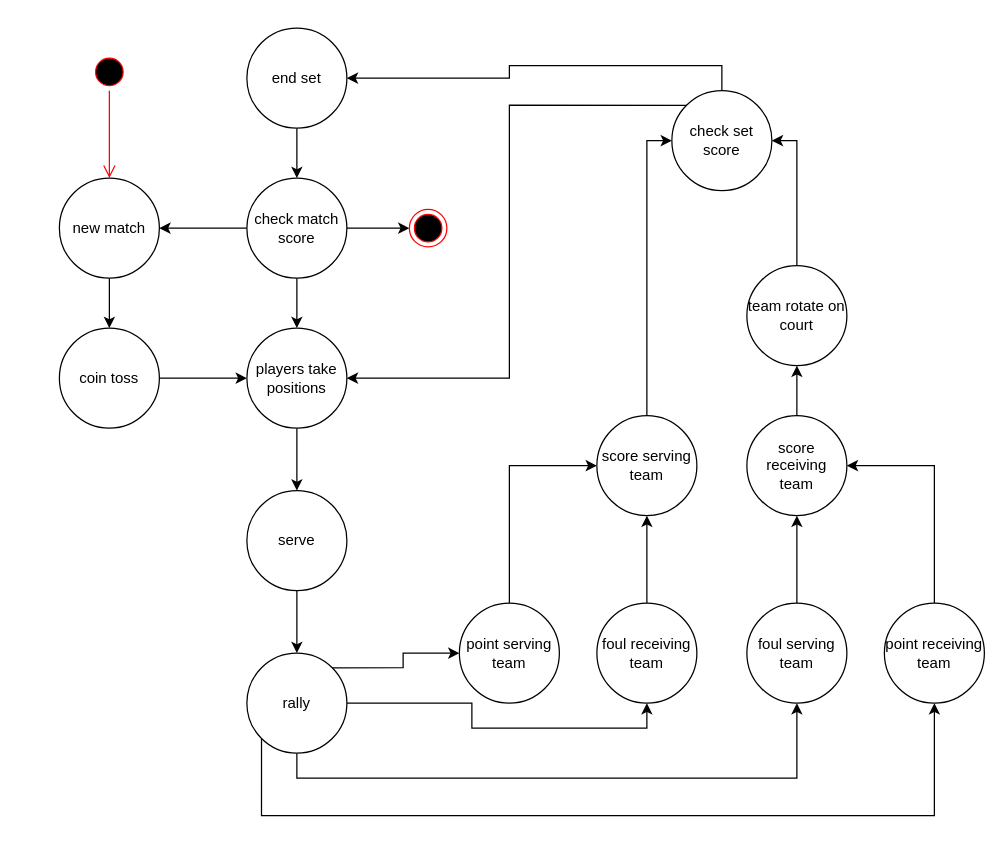
This is Project/Documentation/Diagrams/game.drawio from mikymaione/Folie, a draw.io file, before an edit. Source tidied: cells renumbered, new cells numbered last; positions are measured from the earlier drawing's top-left corner, leaving out a move shared by most shapes. Both pictures are drawn from the tidied source at 125%, with x=0, y=0 at pixel (59, 28).
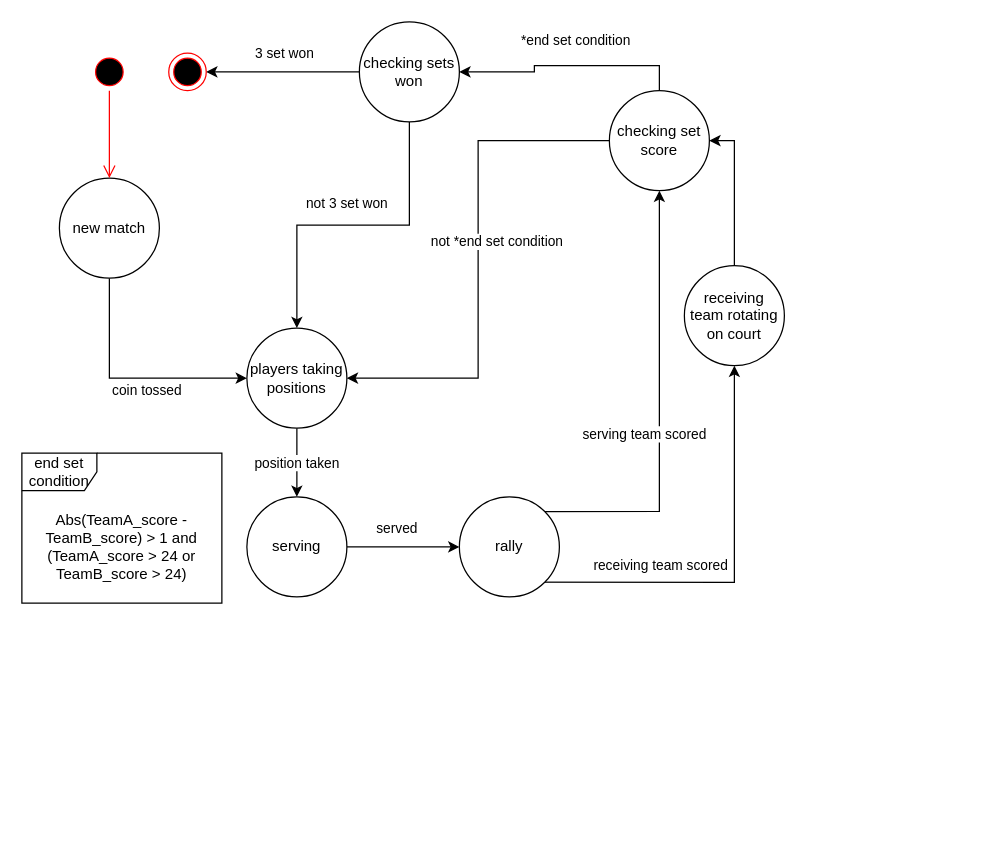
The same diagram, later.

Commit message (it also covers changes not shown here):
game diagram

Unchanged cells that the change refers to:
```xml
<mxCell id="30" value="new match" style="ellipse;whiteSpace=wrap;html=1;" parent="1" vertex="1">
  <mxGeometry y="120" width="80" height="80" as="geometry" />
</mxCell>
```

What changed in the source:
```diff
@@
-    <mxCell id="2" style="edgeStyle=orthogonalEdgeStyle;rounded=0;jettySize=auto;html=1;exitX=1;exitY=0.5;exitDx=0;exitDy=0;entryX=0;entryY=0.5;entryDx=0;entryDy=0;" parent="1" edge="1" source="3" target="5">
-      <mxGeometry relative="1" as="geometry" />
-    </mxCell>
-    <mxCell id="3" value="coin toss" style="ellipse;whiteSpace=wrap;html=1;" parent="1" vertex="1">
-      <mxGeometry y="240" width="80" height="80" as="geometry" />
-    </mxCell>
-    <mxCell id="4" style="edgeStyle=orthogonalEdgeStyle;rounded=0;jettySize=auto;html=1;exitX=0.5;exitY=1;exitDx=0;exitDy=0;entryX=0.5;entryY=0;entryDx=0;entryDy=0;strokeColor=#000000;" parent="1" edge="1" source="5" target="7">
-      <mxGeometry relative="1" as="geometry" />
-    </mxCell>
+    <mxCell id="41" value="served" style="edgeStyle=orthogonalEdgeStyle;rounded=0;jettySize=auto;html=1;strokeColor=#000000;" parent="1" edge="1" source="50" target="12">
+      <mxGeometry x="-0.11" y="15" relative="1" as="geometry" />
+    </mxCell>
+    <mxCell id="42" value="position taken" style="edgeStyle=orthogonalEdgeStyle;rounded=0;jettySize=auto;html=1;exitX=0.5;exitY=1;exitDx=0;exitDy=0;entryX=0.5;entryY=0;entryDx=0;entryDy=0;strokeColor=#000000;" parent="1" edge="1" source="5" target="50">
+      <mxGeometry relative="1" as="geometry" />
+    </mxCell>
-    <mxCell id="5" value="players take positions" style="ellipse;whiteSpace=wrap;html=1;" parent="1" vertex="1">
+    <mxCell id="5" value="players taking positions" style="ellipse;whiteSpace=wrap;html=1;" parent="1" vertex="1">
       <mxGeometry x="150" y="240" width="80" height="80" as="geometry" />
     </mxCell>
-    <mxCell id="6" style="edgeStyle=orthogonalEdgeStyle;rounded=0;jettySize=auto;html=1;exitX=0.5;exitY=1;exitDx=0;exitDy=0;entryX=0.5;entryY=0;entryDx=0;entryDy=0;strokeColor=#000000;" parent="1" edge="1" source="7" target="12">
-      <mxGeometry relative="1" as="geometry" />
-    </mxCell>
-    <mxCell id="7" value="serve" style="ellipse;whiteSpace=wrap;html=1;" parent="1" vertex="1">
-      <mxGeometry x="150" y="370" width="80" height="80" as="geometry" />
-    </mxCell>
-    <mxCell id="8" style="edgeStyle=orthogonalEdgeStyle;rounded=0;jettySize=auto;html=1;exitX=1;exitY=0.5;exitDx=0;exitDy=0;entryX=0.5;entryY=1;entryDx=0;entryDy=0;strokeColor=#000000;" parent="1" edge="1" source="12" target="22">
-      <mxGeometry relative="1" as="geometry" />
-    </mxCell>
-    <mxCell id="9" style="edgeStyle=orthogonalEdgeStyle;rounded=0;jettySize=auto;html=1;exitX=0.5;exitY=1;exitDx=0;exitDy=0;entryX=0.5;entryY=1;entryDx=0;entryDy=0;strokeColor=#000000;" parent="1" edge="1" source="12" target="14">
-      <mxGeometry relative="1" as="geometry" />
-    </mxCell>
-    <mxCell id="10" style="edgeStyle=orthogonalEdgeStyle;rounded=0;jettySize=auto;html=1;exitX=1;exitY=0;exitDx=0;exitDy=0;entryX=0;entryY=0.5;entryDx=0;entryDy=0;strokeColor=#000000;" parent="1" edge="1" source="12" target="24">
-      <mxGeometry relative="1" as="geometry" />
-    </mxCell>
-    <mxCell id="11" style="edgeStyle=orthogonalEdgeStyle;rounded=0;jettySize=auto;html=1;exitX=0;exitY=1;exitDx=0;exitDy=0;entryX=0.5;entryY=1;entryDx=0;entryDy=0;strokeColor=#000000;" parent="1" edge="1" source="12" target="26">
-      <mxGeometry relative="1" as="geometry">
-        <Array as="points">
-          <mxPoint x="162" y="630" />
-          <mxPoint x="700" y="630" />
-        </Array>
-      </mxGeometry>
-    </mxCell>
+    <mxCell id="43" value="serving team scored" style="edgeStyle=orthogonalEdgeStyle;rounded=0;jettySize=auto;html=1;exitX=1;exitY=0;exitDx=0;exitDy=0;strokeColor=#000000;entryX=0.5;entryY=1;entryDx=0;entryDy=0;" parent="1" edge="1" source="12" target="33">
+      <mxGeometry x="-0.12" y="12" relative="1" as="geometry" />
+    </mxCell>
+    <mxCell id="44" value="receiving team scored" style="edgeStyle=orthogonalEdgeStyle;rounded=0;jettySize=auto;html=1;exitX=0;exitY=1;exitDx=0;exitDy=0;entryX=0.5;entryY=1;entryDx=0;entryDy=0;strokeColor=#000000;" parent="1" edge="1" source="12" target="20">
+      <mxGeometry x="-0.22" y="13" relative="1" as="geometry" />
+    </mxCell>
     <mxCell id="12" value="rally" style="ellipse;whiteSpace=wrap;html=1;" parent="1" vertex="1">
-      <mxGeometry x="150" y="500" width="80" height="80" as="geometry" />
+      <mxGeometry x="320" y="375" width="80" height="80" as="geometry" />
     </mxCell>
-    <mxCell id="13" style="edgeStyle=orthogonalEdgeStyle;rounded=0;jettySize=auto;html=1;exitX=0.5;exitY=0;exitDx=0;exitDy=0;entryX=0.5;entryY=1;entryDx=0;entryDy=0;strokeColor=#000000;" parent="1" edge="1" source="14" target="18">
-      <mxGeometry relative="1" as="geometry" />
-    </mxCell>
-    <mxCell id="14" value="foul serving team" style="ellipse;whiteSpace=wrap;html=1;" parent="1" vertex="1">
-      <mxGeometry x="550" y="460" width="80" height="80" as="geometry" />
-    </mxCell>
-    <mxCell id="15" style="edgeStyle=orthogonalEdgeStyle;rounded=0;jettySize=auto;html=1;exitX=0.5;exitY=0;exitDx=0;exitDy=0;entryX=0;entryY=0.5;entryDx=0;entryDy=0;strokeColor=#000000;" parent="1" edge="1" source="16" target="33">
-      <mxGeometry relative="1" as="geometry" />
-    </mxCell>
-    <mxCell id="16" value="score serving team" style="ellipse;whiteSpace=wrap;html=1;" parent="1" vertex="1">
-      <mxGeometry x="430" y="310" width="80" height="80" as="geometry" />
-    </mxCell>
-    <mxCell id="17" style="edgeStyle=orthogonalEdgeStyle;rounded=0;jettySize=auto;html=1;exitX=0.5;exitY=0;exitDx=0;exitDy=0;entryX=0.5;entryY=1;entryDx=0;entryDy=0;strokeColor=#000000;" parent="1" edge="1" source="18" target="20">
-      <mxGeometry relative="1" as="geometry" />
-    </mxCell>
-    <mxCell id="18" value="score receiving team" style="ellipse;whiteSpace=wrap;html=1;" parent="1" vertex="1">
-      <mxGeometry x="550" y="310" width="80" height="80" as="geometry" />
-    </mxCell>
@@
-    <mxCell id="20" value="team rotate on court" style="ellipse;whiteSpace=wrap;html=1;" parent="1" vertex="1">
-      <mxGeometry x="550" y="190" width="80" height="80" as="geometry" />
+    <mxCell id="20" value="receiving team rotating on court" style="ellipse;whiteSpace=wrap;html=1;" parent="1" vertex="1">
+      <mxGeometry x="500" y="190" width="80" height="80" as="geometry" />
     </mxCell>
-    <mxCell id="21" style="edgeStyle=orthogonalEdgeStyle;rounded=0;jettySize=auto;html=1;exitX=0.5;exitY=0;exitDx=0;exitDy=0;entryX=0.5;entryY=1;entryDx=0;entryDy=0;strokeColor=#000000;" parent="1" edge="1" source="22" target="16">
-      <mxGeometry relative="1" as="geometry" />
-    </mxCell>
-    <mxCell id="22" value="foul receiving team" style="ellipse;whiteSpace=wrap;html=1;" parent="1" vertex="1">
-      <mxGeometry x="430" y="460" width="80" height="80" as="geometry" />
-    </mxCell>
-    <mxCell id="23" style="edgeStyle=orthogonalEdgeStyle;rounded=0;jettySize=auto;html=1;exitX=0.5;exitY=0;exitDx=0;exitDy=0;entryX=0;entryY=0.5;entryDx=0;entryDy=0;strokeColor=#000000;" parent="1" edge="1" source="24" target="16">
-      <mxGeometry relative="1" as="geometry" />
-    </mxCell>
-    <mxCell id="24" value="point serving team" style="ellipse;whiteSpace=wrap;html=1;" parent="1" vertex="1">
-      <mxGeometry x="320" y="460" width="80" height="80" as="geometry" />
-    </mxCell>
-    <mxCell id="25" style="edgeStyle=orthogonalEdgeStyle;rounded=0;jettySize=auto;html=1;exitX=0.5;exitY=0;exitDx=0;exitDy=0;entryX=1;entryY=0.5;entryDx=0;entryDy=0;strokeColor=#000000;" parent="1" edge="1" source="26" target="18">
-      <mxGeometry relative="1" as="geometry" />
-    </mxCell>
-    <mxCell id="26" value="point receiving team" style="ellipse;whiteSpace=wrap;html=1;" parent="1" vertex="1">
-      <mxGeometry x="660" y="460" width="80" height="80" as="geometry" />
-    </mxCell>
-    <mxCell id="27" style="edgeStyle=orthogonalEdgeStyle;rounded=0;jettySize=auto;html=1;exitX=0.5;exitY=1;exitDx=0;exitDy=0;entryX=0.5;entryY=0;entryDx=0;entryDy=0;strokeColor=#000000;" parent="1" edge="1" source="28" target="37">
-      <mxGeometry relative="1" as="geometry" />
-    </mxCell>
+    <mxCell id="45" value="3 set won" style="edgeStyle=orthogonalEdgeStyle;rounded=0;jettySize=auto;html=1;exitX=0;exitY=0.5;exitDx=0;exitDy=0;strokeColor=#000000;" parent="1" edge="1" source="28" target="38">
+      <mxGeometry x="-0.02" y="-15" relative="1" as="geometry" />
+    </mxCell>
+    <mxCell id="46" value="not 3 set won" style="edgeStyle=orthogonalEdgeStyle;rounded=0;jettySize=auto;html=1;exitX=0.5;exitY=1;exitDx=0;exitDy=0;strokeColor=#000000;" parent="1" edge="1" source="28" target="5">
+      <mxGeometry x="0.04" y="-18" relative="1" as="geometry" />
+    </mxCell>
-    <mxCell id="28" value="end set" style="ellipse;whiteSpace=wrap;html=1;" parent="1" vertex="1">
-      <mxGeometry x="150" width="80" height="80" as="geometry" />
+    <mxCell id="28" value="checking sets won" style="ellipse;whiteSpace=wrap;html=1;" parent="1" vertex="1">
+      <mxGeometry x="240" y="-5" width="80" height="80" as="geometry" />
     </mxCell>
-    <mxCell id="29" style="edgeStyle=orthogonalEdgeStyle;rounded=0;jettySize=auto;html=1;exitX=0.5;exitY=1;exitDx=0;exitDy=0;entryX=0.5;entryY=0;entryDx=0;entryDy=0;strokeColor=#000000;" parent="1" edge="1" source="30" target="3">
-      <mxGeometry relative="1" as="geometry" />
-    </mxCell>
+    <mxCell id="47" value="coin tossed" style="edgeStyle=orthogonalEdgeStyle;rounded=0;jettySize=auto;html=1;exitX=0.5;exitY=1;exitDx=0;exitDy=0;entryX=0;entryY=0.5;entryDx=0;entryDy=0;strokeColor=#000000;" parent="1" edge="1" source="30" target="5">
+      <mxGeometry x="-0.16" y="32" relative="1" as="geometry">
+        <mxPoint x="30" y="42" as="offset" />
+      </mxGeometry>
+    </mxCell>
@@
-    <mxCell id="31" style="edgeStyle=orthogonalEdgeStyle;rounded=0;jettySize=auto;html=1;exitX=0.5;exitY=0;exitDx=0;exitDy=0;entryX=1;entryY=0.5;entryDx=0;entryDy=0;strokeColor=#000000;" parent="1" edge="1" source="33" target="28">
-      <mxGeometry relative="1" as="geometry" />
+    <mxCell id="31" value="*end set condition" style="edgeStyle=orthogonalEdgeStyle;rounded=0;jettySize=auto;html=1;exitX=0.5;exitY=0;exitDx=0;exitDy=0;entryX=1;entryY=0.5;entryDx=0;entryDy=0;strokeColor=#000000;" parent="1" edge="1" source="33" target="28">
+      <mxGeometry x="-0.06" y="-20" relative="1" as="geometry" />
     </mxCell>
-    <mxCell id="32" style="edgeStyle=orthogonalEdgeStyle;rounded=0;jettySize=auto;html=1;exitX=0;exitY=0;exitDx=0;exitDy=0;entryX=1;entryY=0.5;entryDx=0;entryDy=0;strokeColor=#000000;" parent="1" edge="1" source="33" target="5">
-      <mxGeometry relative="1" as="geometry" />
+    <mxCell id="32" value="not *end set condition" style="edgeStyle=orthogonalEdgeStyle;rounded=0;jettySize=auto;html=1;exitX=0;exitY=0.5;exitDx=0;exitDy=0;entryX=1;entryY=0.5;entryDx=0;entryDy=0;strokeColor=#000000;" parent="1" edge="1" source="33" target="5">
+      <mxGeometry x="-0.07" y="15" relative="1" as="geometry" />
     </mxCell>
-    <mxCell id="33" value="check set score" style="ellipse;whiteSpace=wrap;html=1;" parent="1" vertex="1">
-      <mxGeometry x="490" y="50" width="80" height="80" as="geometry" />
+    <mxCell id="33" value="checking set score" style="ellipse;whiteSpace=wrap;html=1;" parent="1" vertex="1">
+      <mxGeometry x="440" y="50" width="80" height="80" as="geometry" />
     </mxCell>
-    <mxCell id="34" style="edgeStyle=orthogonalEdgeStyle;rounded=0;jettySize=auto;html=1;exitX=0;exitY=0.5;exitDx=0;exitDy=0;strokeColor=#000000;" parent="1" edge="1" source="37" target="30">
-      <mxGeometry relative="1" as="geometry" />
-    </mxCell>
-    <mxCell id="35" style="edgeStyle=orthogonalEdgeStyle;rounded=0;jettySize=auto;html=1;exitX=0.5;exitY=1;exitDx=0;exitDy=0;entryX=0.5;entryY=0;entryDx=0;entryDy=0;strokeColor=#000000;" parent="1" edge="1" source="37" target="5">
-      <mxGeometry relative="1" as="geometry" />
-    </mxCell>
-    <mxCell id="36" style="edgeStyle=orthogonalEdgeStyle;rounded=0;jettySize=auto;html=1;exitX=1;exitY=0.5;exitDx=0;exitDy=0;strokeColor=#000000;" parent="1" edge="1" source="37" target="38">
-      <mxGeometry relative="1" as="geometry" />
-    </mxCell>
-    <mxCell id="37" value="check match score" style="ellipse;whiteSpace=wrap;html=1;" parent="1" vertex="1">
-      <mxGeometry x="150" y="120" width="80" height="80" as="geometry" />
-    </mxCell>
     <mxCell id="38" style="ellipse;html=1;shape=endState;fillColor=#000000;strokeColor=#ff0000;" parent="1" vertex="1">
-      <mxGeometry x="280" y="145" width="30" height="30" as="geometry" />
+      <mxGeometry x="87.5" y="20" width="30" height="30" as="geometry" />
     </mxCell>
@@
+    <mxCell id="48" value="end set condition" style="shape=umlFrame;whiteSpace=wrap;html=1;" parent="1" vertex="1">
+      <mxGeometry x="-30" y="340" width="160" height="120" as="geometry" />
+    </mxCell>
+    <mxCell id="49" value="Abs(TeamA_score - TeamB_score) &amp;gt; 1 and (TeamA_score &amp;gt; 24 or TeamB_score &amp;gt; 24)" style="text;html=1;strokeColor=none;fillColor=none;align=center;verticalAlign=middle;whiteSpace=wrap;rounded=0;" parent="1" vertex="1">
+      <mxGeometry x="-30" y="370" width="160" height="90" as="geometry" />
+    </mxCell>
+    <mxCell id="50" value="serving" style="ellipse;whiteSpace=wrap;html=1;" parent="1" vertex="1">
+      <mxGeometry x="150" y="375" width="80" height="80" as="geometry" />
+    </mxCell>
```
